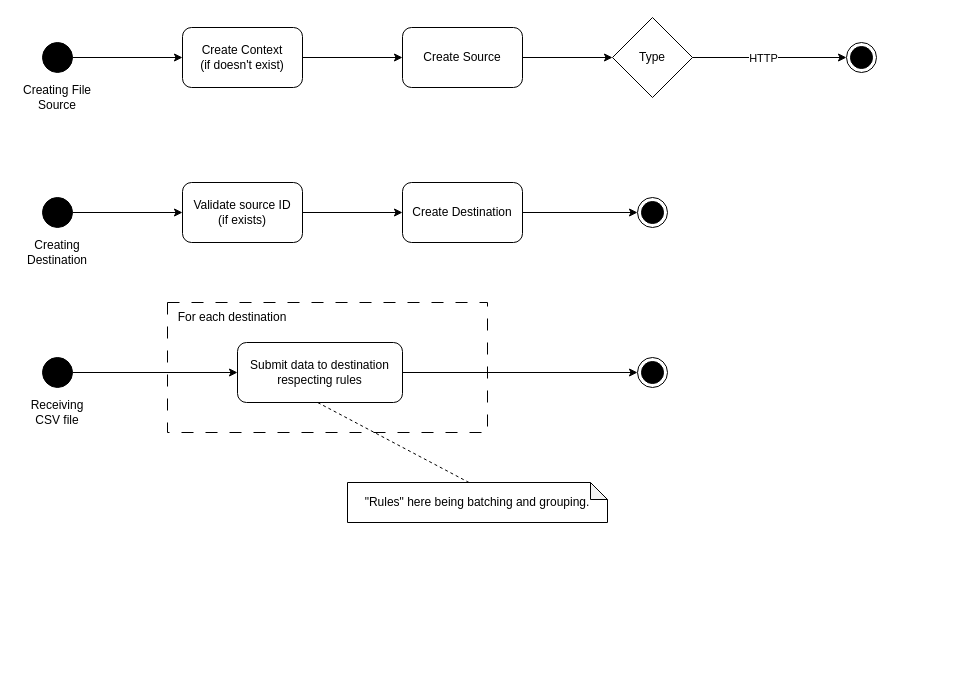
Incognitowski/csveer keeps this draw.io diagram as csveer-overview.drawio. Above is the earlier version. Source tidied: cells renumbered, new cells numbered last; positions are measured from the earlier drawing's top-left corner, leaving out a move shared by most shapes. Both pictures are drawn from the tidied source at 100%, with x=0, y=0 at pixel (17, 17).
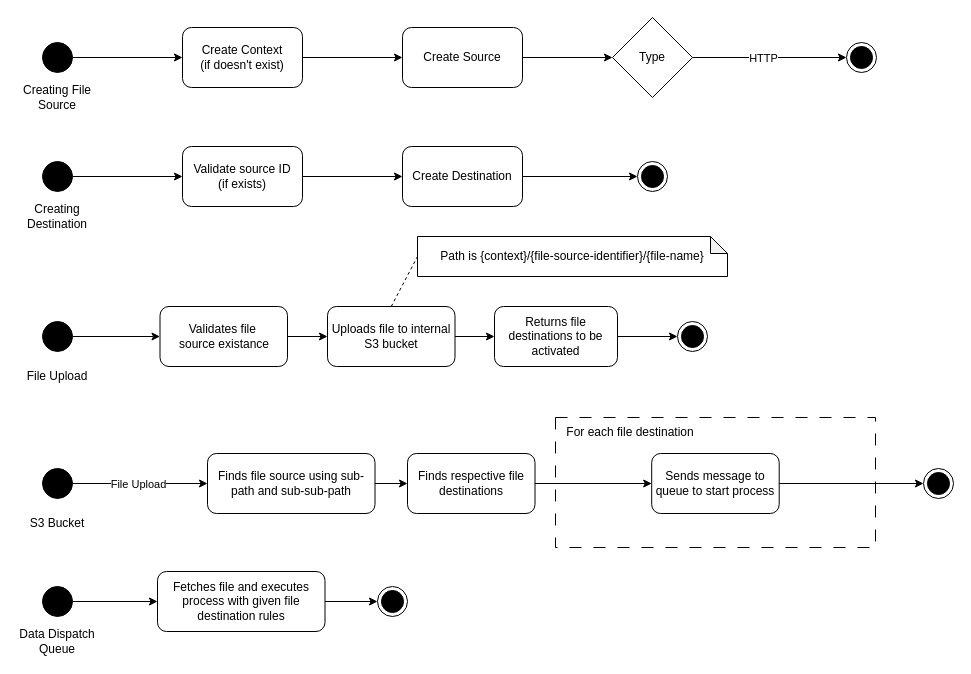
After the change.

Commit message (it also covers changes not shown here):
Improve overview diagram and start to properly proces s3 events

Diff of the diagram source:
```diff
@@
     <mxCell id="14" style="ellipse;html=1;shape=endState;fillColor=strokeColor;" parent="1" vertex="1">
-      <mxGeometry x="620" y="180" width="30" height="30" as="geometry" />
+      <mxGeometry x="620" y="144" width="30" height="30" as="geometry" />
     </mxCell>
     <mxCell id="15" value="Validate source ID&lt;br&gt;(if exists)" style="rounded=1;whiteSpace=wrap;html=1;" parent="1" vertex="1">
-      <mxGeometry x="165" y="165" width="120" height="60" as="geometry" />
+      <mxGeometry x="165" y="129" width="120" height="60" as="geometry" />
     </mxCell>
     <mxCell id="16" value="Create Destination" style="rounded=1;whiteSpace=wrap;html=1;" parent="1" vertex="1">
-      <mxGeometry x="385" y="165" width="120" height="60" as="geometry" />
+      <mxGeometry x="385" y="129" width="120" height="60" as="geometry" />
     </mxCell>
@@
     <mxCell id="20" style="group;" parent="1" vertex="1">
-      <mxGeometry y="180" width="80" height="70" as="geometry" />
+      <mxGeometry y="144" width="80" height="70" as="geometry" />
     </mxCell>
@@
     <mxCell id="23" style="ellipse;html=1;shape=endState;fillColor=strokeColor;" parent="1" vertex="1">
-      <mxGeometry x="620" y="340" width="30" height="30" as="geometry" />
+      <mxGeometry x="660" y="304" width="30" height="30" as="geometry" />
     </mxCell>
-    <mxCell id="24" value="Submit data to destination respecting rules" style="rounded=1;whiteSpace=wrap;html=1;" parent="1" vertex="1">
-      <mxGeometry x="220" y="325" width="165" height="60" as="geometry" />
+    <mxCell id="24" value="Validates file&amp;nbsp;&lt;div&gt;source existance&lt;/div&gt;" style="rounded=1;whiteSpace=wrap;html=1;" parent="1" vertex="1">
+      <mxGeometry x="142.5" y="289" width="127.5" height="60" as="geometry" />
     </mxCell>
@@
-    <mxCell id="26" style="endArrow=classic;html=1;rounded=0;entryX=0;entryY=0.5;entryDx=0;entryDy=0;exitX=1;exitY=0.5;exitDx=0;exitDy=0;" parent="1" edge="1" source="24" target="23">
-      <mxGeometry relative="1" as="geometry" />
-    </mxCell>
     <mxCell id="27" style="group;" parent="1" vertex="1">
-      <mxGeometry y="340" width="80" height="70" as="geometry" />
+      <mxGeometry y="304" width="80" height="70" as="geometry" />
     </mxCell>
@@
-    <mxCell id="29" value="Receiving CSV file" style="text;html=1;strokeColor=none;fillColor=none;align=center;verticalAlign=middle;whiteSpace=wrap;rounded=0;" parent="27" vertex="1">
+    <mxCell id="29" value="File Upload" style="text;html=1;strokeColor=none;fillColor=none;align=center;verticalAlign=middle;whiteSpace=wrap;rounded=0;" parent="27" vertex="1">
       <mxGeometry y="40" width="80" height="30" as="geometry" />
     </mxCell>
     <mxCell id="30" style="rounded=0;whiteSpace=wrap;html=1;fillColor=none;dashed=1;dashPattern=12 12;" parent="1" vertex="1">
-      <mxGeometry x="150" y="285" width="320" height="130" as="geometry" />
+      <mxGeometry x="538" y="400" width="320" height="130" as="geometry" />
     </mxCell>
-    <mxCell id="31" value="For each destination" style="text;html=1;strokeColor=none;fillColor=none;align=center;verticalAlign=middle;whiteSpace=wrap;rounded=0;" parent="1" vertex="1">
-      <mxGeometry x="150" y="285" width="130" height="30" as="geometry" />
-    </mxCell>
-    <mxCell id="32" value="&quot;Rules&quot; here being batching and grouping." style="shape=note;whiteSpace=wrap;html=1;backgroundOutline=1;darkOpacity=0.05;size=17;" parent="1" vertex="1">
-      <mxGeometry x="330" y="465" width="260" height="40" as="geometry" />
+    <mxCell id="32" value="Path is {context}/{file-source-identifier}/{file-name}" style="shape=note;whiteSpace=wrap;html=1;backgroundOutline=1;darkOpacity=0.05;size=17;" parent="1" vertex="1">
+      <mxGeometry x="400" y="219" width="310" height="40" as="geometry" />
     </mxCell>
-    <mxCell id="33" style="endArrow=none;dashed=1;html=1;rounded=0;entryX=0.469;entryY=0.769;entryDx=0;entryDy=0;entryPerimeter=0;exitX=0;exitY=0;exitDx=121.5;exitDy=0;exitPerimeter=0;" parent="1" edge="1" source="32" target="30">
-      <mxGeometry relative="1" as="geometry" />
-    </mxCell>
+    <mxCell id="34" style="edgeStyle=orthogonalEdgeStyle;rounded=0;jettySize=auto;html=1;entryX=0;entryY=0.5;entryDx=0;entryDy=0;" parent="1" edge="1" source="35" target="23">
+      <mxGeometry relative="1" as="geometry" />
+    </mxCell>
+    <mxCell id="35" value="Returns file destinations to be activated" style="rounded=1;whiteSpace=wrap;html=1;" parent="1" vertex="1">
+      <mxGeometry x="477" y="289" width="123" height="60" as="geometry" />
+    </mxCell>
+    <mxCell id="36" value="Uploads file to internal S3 bucket" style="rounded=1;whiteSpace=wrap;html=1;" parent="1" vertex="1">
+      <mxGeometry x="310" y="289" width="127.5" height="60" as="geometry" />
+    </mxCell>
+    <mxCell id="37" style="endArrow=classic;html=1;rounded=0;entryX=0;entryY=0.5;entryDx=0;entryDy=0;exitX=1;exitY=0.5;exitDx=0;exitDy=0;" parent="1" edge="1" source="24" target="36">
+      <mxGeometry relative="1" as="geometry" />
+    </mxCell>
+    <mxCell id="38" style="endArrow=classic;html=1;rounded=0;entryX=0;entryY=0.5;entryDx=0;entryDy=0;exitX=1;exitY=0.5;exitDx=0;exitDy=0;" parent="1" edge="1" source="36" target="35">
+      <mxGeometry relative="1" as="geometry" />
+    </mxCell>
+    <mxCell id="39" style="group;" parent="1" vertex="1">
+      <mxGeometry y="451" width="80" height="70" as="geometry" />
+    </mxCell>
+    <mxCell id="40" style="ellipse;fillColor=strokeColor;html=1;" parent="39" vertex="1">
+      <mxGeometry x="25" width="30" height="30" as="geometry" />
+    </mxCell>
+    <mxCell id="41" value="S3 Bucket" style="text;html=1;strokeColor=none;fillColor=none;align=center;verticalAlign=middle;whiteSpace=wrap;rounded=0;" parent="39" vertex="1">
+      <mxGeometry y="40" width="80" height="30" as="geometry" />
+    </mxCell>
+    <mxCell id="42" style="endArrow=classic;html=1;rounded=0;exitX=1;exitY=0.5;exitDx=0;exitDy=0;entryX=0;entryY=0.5;entryDx=0;entryDy=0;" parent="1" edge="1" source="40" target="44">
+      <mxGeometry relative="1" as="geometry" />
+    </mxCell>
+    <mxCell id="43" value="File Upload" style="edgeLabel;html=1;align=center;verticalAlign=middle;" parent="42" vertex="1">
+      <mxGeometry x="-0.18" y="-2" relative="1" as="geometry">
+        <mxPoint x="10" y="-2" as="offset" />
+      </mxGeometry>
+    </mxCell>
+    <mxCell id="44" value="Finds file source using sub-path and sub-sub-path" style="rounded=1;whiteSpace=wrap;html=1;" parent="1" vertex="1">
+      <mxGeometry x="190" y="436" width="167.5" height="60" as="geometry" />
+    </mxCell>
+    <mxCell id="45" style="endArrow=none;dashed=1;html=1;rounded=0;exitX=0.5;exitY=0;exitDx=0;exitDy=0;entryX=0;entryY=0.5;entryDx=0;entryDy=0;entryPerimeter=0;" parent="1" edge="1" source="36" target="32">
+      <mxGeometry relative="1" as="geometry" />
+    </mxCell>
+    <mxCell id="46" style="endArrow=classic;html=1;rounded=0;exitX=1;exitY=0.5;exitDx=0;exitDy=0;entryX=0;entryY=0.5;entryDx=0;entryDy=0;" parent="1" edge="1" source="44" target="48">
+      <mxGeometry relative="1" as="geometry" />
+    </mxCell>
+    <mxCell id="47" style="edgeStyle=orthogonalEdgeStyle;rounded=0;jettySize=auto;html=1;entryX=0;entryY=0.5;entryDx=0;entryDy=0;" parent="1" edge="1" source="48" target="50">
+      <mxGeometry relative="1" as="geometry" />
+    </mxCell>
+    <mxCell id="48" value="Finds respective file destinations" style="rounded=1;whiteSpace=wrap;html=1;" parent="1" vertex="1">
+      <mxGeometry x="390" y="436" width="127.5" height="60" as="geometry" />
+    </mxCell>
+    <mxCell id="49" value="For each file destination" style="text;html=1;align=center;verticalAlign=middle;whiteSpace=wrap;rounded=0;" parent="1" vertex="1">
+      <mxGeometry x="538" y="400" width="150" height="30" as="geometry" />
+    </mxCell>
+    <mxCell id="50" value="Sends message to queue to start process" style="rounded=1;whiteSpace=wrap;html=1;" parent="1" vertex="1">
+      <mxGeometry x="634.2" y="436" width="127.5" height="60" as="geometry" />
+    </mxCell>
+    <mxCell id="51" style="ellipse;html=1;shape=endState;fillColor=strokeColor;" parent="1" vertex="1">
+      <mxGeometry x="906" y="451" width="30" height="30" as="geometry" />
+    </mxCell>
+    <mxCell id="52" style="endArrow=classic;html=1;rounded=0;entryX=0;entryY=0.5;entryDx=0;entryDy=0;exitX=1;exitY=0.5;exitDx=0;exitDy=0;" parent="1" edge="1" source="50" target="51">
+      <mxGeometry relative="1" as="geometry" />
+    </mxCell>
+    <mxCell id="53" style="group;" parent="1" vertex="1">
+      <mxGeometry y="569" width="80" height="70" as="geometry" />
+    </mxCell>
+    <mxCell id="54" style="ellipse;fillColor=strokeColor;html=1;" parent="53" vertex="1">
+      <mxGeometry x="25" width="30" height="30" as="geometry" />
+    </mxCell>
+    <mxCell id="55" value="Data Dispatch Queue" style="text;html=1;strokeColor=none;fillColor=none;align=center;verticalAlign=middle;whiteSpace=wrap;rounded=0;" parent="53" vertex="1">
+      <mxGeometry y="40" width="80" height="30" as="geometry" />
+    </mxCell>
+    <mxCell id="56" style="edgeStyle=orthogonalEdgeStyle;rounded=0;jettySize=auto;html=1;entryX=0;entryY=0.5;entryDx=0;entryDy=0;" parent="1" edge="1" source="57" target="58">
+      <mxGeometry relative="1" as="geometry" />
+    </mxCell>
+    <mxCell id="57" value="Fetches file and executes process with given file destination rules" style="rounded=1;whiteSpace=wrap;html=1;" parent="1" vertex="1">
+      <mxGeometry x="140" y="554" width="167.5" height="60" as="geometry" />
+    </mxCell>
+    <mxCell id="58" style="ellipse;html=1;shape=endState;fillColor=strokeColor;" parent="1" vertex="1">
+      <mxGeometry x="360" y="569" width="30" height="30" as="geometry" />
+    </mxCell>
+    <mxCell id="59" style="endArrow=classic;html=1;rounded=0;entryX=0;entryY=0.5;entryDx=0;entryDy=0;exitX=1;exitY=0.5;exitDx=0;exitDy=0;" parent="1" edge="1" source="54" target="57">
+      <mxGeometry relative="1" as="geometry" />
+    </mxCell>
```
